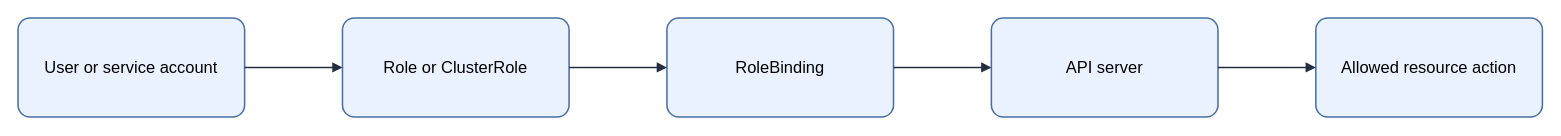
Before: assets/img/kubernetes/kubernetes-rbac-binding.drawio in KKamJi98/kkamji98.github.io, a draw.io diagram. Source tidied: cells renumbered, new cells numbered last; positions are measured from the earlier drawing's top-left corner, leaving out a move shared by most shapes. Both pictures are drawn from the tidied source at 103%, with x=0, y=0 at pixel (18, 18).
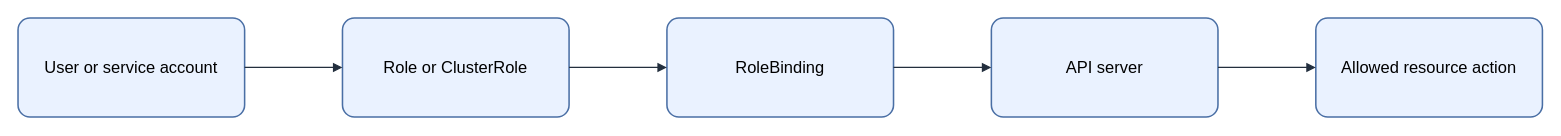
The same page after the edit.

The edit, as a diff of the source:
```diff
@@
 <mxGraphModel background="#FFFFFF">
   <root>
     <mxCell id="0" />
     <mxCell id="1" parent="0" />
-    <mxCell id="2" value="&lt;font style=&quot;color: rgb(0, 0, 0);&quot;&gt;User or service account&lt;/font&gt;" style="rounded=1;arcSize=12;whiteSpace=wrap;html=1;fillColor=#EAF2FF;strokeColor=#4A6FA5;strokeWidth=1.5;fontColor=#000000;fontSize=16;align=center;verticalAlign=middle;spacing=8;shadow=0;" parent="1" vertex="1">
+    <mxCell id="2" value="User or service account" style="rounded=1;arcSize=12;whiteSpace=wrap;html=0;fillColor=#EAF2FF;strokeColor=#4A6FA5;strokeWidth=1.5;fontColor=#000000;fontSize=16;align=center;verticalAlign=middle;spacing=8;shadow=0;" parent="1" vertex="1">
       <mxGeometry width="220" height="96" as="geometry" />
     </mxCell>
-    <mxCell id="3" value="&lt;font style=&quot;color: rgb(0, 0, 0);&quot;&gt;Role or ClusterRole&lt;/font&gt;" style="rounded=1;arcSize=12;whiteSpace=wrap;html=1;fillColor=#EAF2FF;strokeColor=#4A6FA5;strokeWidth=1.5;fontColor=#000000;fontSize=16;align=center;verticalAlign=middle;spacing=8;shadow=0;" parent="1" vertex="1">
+    <mxCell id="3" value="Role or ClusterRole" style="rounded=1;arcSize=12;whiteSpace=wrap;html=0;fillColor=#EAF2FF;strokeColor=#4A6FA5;strokeWidth=1.5;fontColor=#000000;fontSize=16;align=center;verticalAlign=middle;spacing=8;shadow=0;" parent="1" vertex="1">
       <mxGeometry x="315" width="220" height="96" as="geometry" />
     </mxCell>
-    <mxCell id="4" value="&lt;font style=&quot;color: rgb(0, 0, 0);&quot;&gt;RoleBinding&lt;/font&gt;" style="rounded=1;arcSize=12;whiteSpace=wrap;html=1;fillColor=#EAF2FF;strokeColor=#4A6FA5;strokeWidth=1.5;fontColor=#000000;fontSize=16;align=center;verticalAlign=middle;spacing=8;shadow=0;" parent="1" vertex="1">
+    <mxCell id="4" value="RoleBinding" style="rounded=1;arcSize=12;whiteSpace=wrap;html=0;fillColor=#EAF2FF;strokeColor=#4A6FA5;strokeWidth=1.5;fontColor=#000000;fontSize=16;align=center;verticalAlign=middle;spacing=8;shadow=0;" parent="1" vertex="1">
       <mxGeometry x="630" width="220" height="96" as="geometry" />
     </mxCell>
-    <mxCell id="5" value="&lt;font style=&quot;color: rgb(0, 0, 0);&quot;&gt;API server&lt;/font&gt;" style="rounded=1;arcSize=12;whiteSpace=wrap;html=1;fillColor=#EAF2FF;strokeColor=#4A6FA5;strokeWidth=1.5;fontColor=#000000;fontSize=16;align=center;verticalAlign=middle;spacing=8;shadow=0;" parent="1" vertex="1">
+    <mxCell id="5" value="API server" style="rounded=1;arcSize=12;whiteSpace=wrap;html=0;fillColor=#EAF2FF;strokeColor=#4A6FA5;strokeWidth=1.5;fontColor=#000000;fontSize=16;align=center;verticalAlign=middle;spacing=8;shadow=0;" parent="1" vertex="1">
       <mxGeometry x="945" width="220" height="96" as="geometry" />
     </mxCell>
-    <mxCell id="6" value="&lt;font style=&quot;color: rgb(0, 0, 0);&quot;&gt;Allowed resource action&lt;/font&gt;" style="rounded=1;arcSize=12;whiteSpace=wrap;html=1;fillColor=#EAF2FF;strokeColor=#4A6FA5;strokeWidth=1.5;fontColor=#000000;fontSize=16;align=center;verticalAlign=middle;spacing=8;shadow=0;" parent="1" vertex="1">
+    <mxCell id="6" value="Allowed resource action" style="rounded=1;arcSize=12;whiteSpace=wrap;html=0;fillColor=#EAF2FF;strokeColor=#4A6FA5;strokeWidth=1.5;fontColor=#000000;fontSize=16;align=center;verticalAlign=middle;spacing=8;shadow=0;" parent="1" vertex="1">
       <mxGeometry x="1260" width="220" height="96" as="geometry" />
     </mxCell>
-    <mxCell id="7" style="edgeStyle=orthogonalEdgeStyle;rounded=0;jettySize=auto;html=1;endArrow=block;endFill=1;strokeColor=#232F3E;strokeWidth=1.5;fontColor=#000000;labelBackgroundColor=none;exitX=1;exitY=0.5;exitDx=0;exitDy=0;entryX=0;entryY=0.5;entryDx=0;entryDy=0;" parent="1" edge="1" source="2" target="3">
+    <mxCell id="7" style="edgeStyle=orthogonalEdgeStyle;rounded=0;jettySize=auto;html=0;endArrow=block;endFill=1;strokeColor=#232F3E;strokeWidth=1.25;fontColor=#000000;labelBackgroundColor=none;exitX=1;exitY=0.5;exitDx=0;exitDy=0;entryX=0;entryY=0.5;entryDx=0;entryDy=0;" parent="1" edge="1" source="2" target="3">
       <mxGeometry relative="1" as="geometry" />
     </mxCell>
-    <mxCell id="8" style="edgeStyle=orthogonalEdgeStyle;rounded=0;jettySize=auto;html=1;endArrow=block;endFill=1;strokeColor=#232F3E;strokeWidth=1.5;fontColor=#000000;labelBackgroundColor=none;exitX=1;exitY=0.5;exitDx=0;exitDy=0;entryX=0;entryY=0.5;entryDx=0;entryDy=0;" parent="1" edge="1" source="3" target="4">
+    <mxCell id="8" style="edgeStyle=orthogonalEdgeStyle;rounded=0;jettySize=auto;html=0;endArrow=block;endFill=1;strokeColor=#232F3E;strokeWidth=1.25;fontColor=#000000;labelBackgroundColor=none;exitX=1;exitY=0.5;exitDx=0;exitDy=0;entryX=0;entryY=0.5;entryDx=0;entryDy=0;" parent="1" edge="1" source="3" target="4">
       <mxGeometry relative="1" as="geometry" />
     </mxCell>
-    <mxCell id="9" style="edgeStyle=orthogonalEdgeStyle;rounded=0;jettySize=auto;html=1;endArrow=block;endFill=1;strokeColor=#232F3E;strokeWidth=1.5;fontColor=#000000;labelBackgroundColor=none;exitX=1;exitY=0.5;exitDx=0;exitDy=0;entryX=0;entryY=0.5;entryDx=0;entryDy=0;" parent="1" edge="1" source="4" target="5">
+    <mxCell id="9" style="edgeStyle=orthogonalEdgeStyle;rounded=0;jettySize=auto;html=0;endArrow=block;endFill=1;strokeColor=#232F3E;strokeWidth=1.25;fontColor=#000000;labelBackgroundColor=none;exitX=1;exitY=0.5;exitDx=0;exitDy=0;entryX=0;entryY=0.5;entryDx=0;entryDy=0;" parent="1" edge="1" source="4" target="5">
       <mxGeometry relative="1" as="geometry" />
     </mxCell>
-    <mxCell id="10" style="edgeStyle=orthogonalEdgeStyle;rounded=0;jettySize=auto;html=1;endArrow=block;endFill=1;strokeColor=#232F3E;strokeWidth=1.5;fontColor=#000000;labelBackgroundColor=none;exitX=1;exitY=0.5;exitDx=0;exitDy=0;entryX=0;entryY=0.5;entryDx=0;entryDy=0;" parent="1" edge="1" source="5" target="6">
+    <mxCell id="10" style="edgeStyle=orthogonalEdgeStyle;rounded=0;jettySize=auto;html=0;endArrow=block;endFill=1;strokeColor=#232F3E;strokeWidth=1.25;fontColor=#000000;labelBackgroundColor=none;exitX=1;exitY=0.5;exitDx=0;exitDy=0;entryX=0;entryY=0.5;entryDx=0;entryDy=0;" parent="1" edge="1" source="5" target="6">
       <mxGeometry relative="1" as="geometry" />
     </mxCell>
   </root>
 </mxGraphModel>
```
